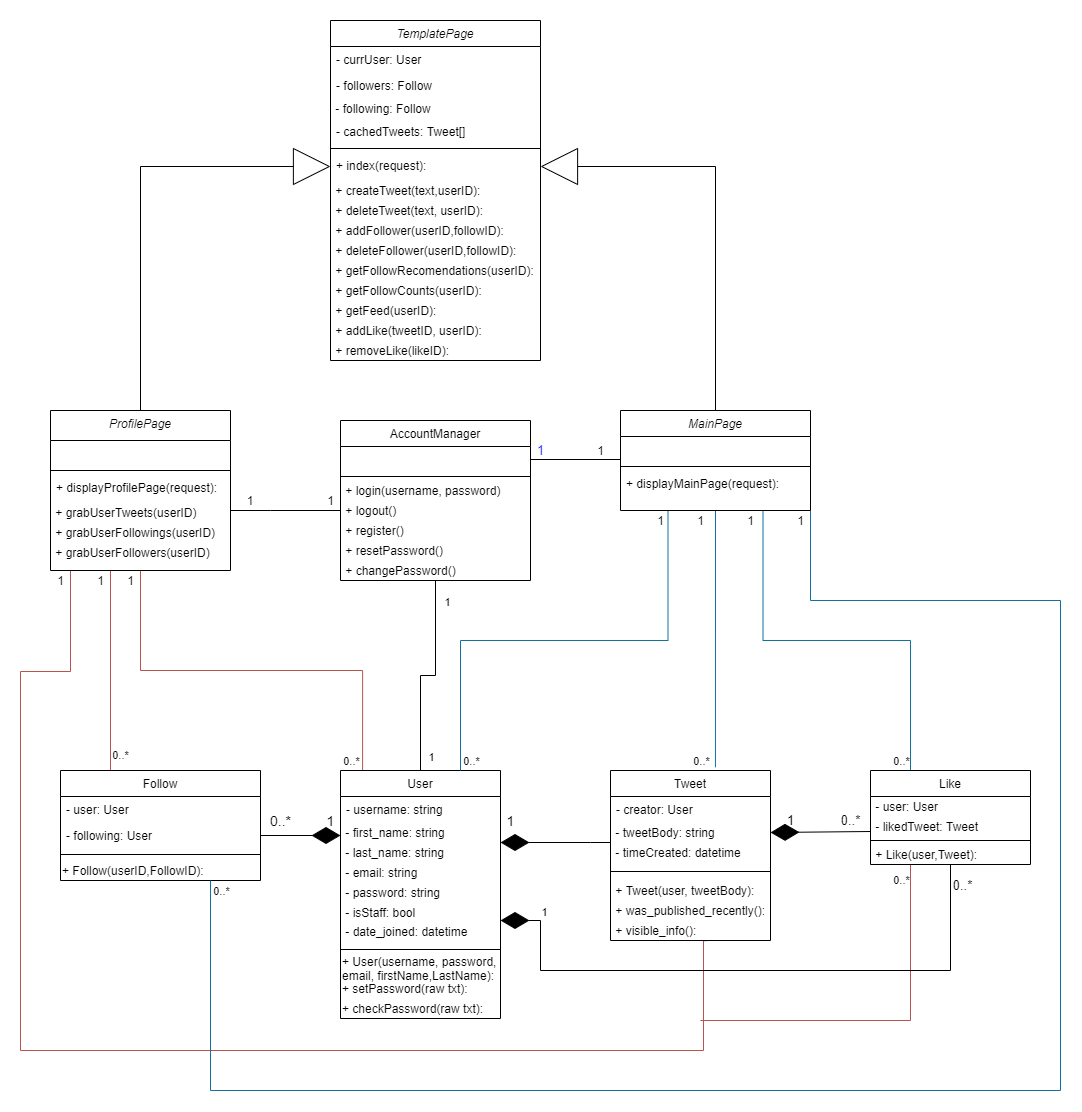
Before: images/ClassDiagram-corefeatures.png, a diagram exported from draw.io (Intro-to-SE-Spring-21/Group-8). Source tidied: cells renumbered, new cells last; positions are measured from the earlier drawing's top-left corner, leaving out a move shared by most shapes.
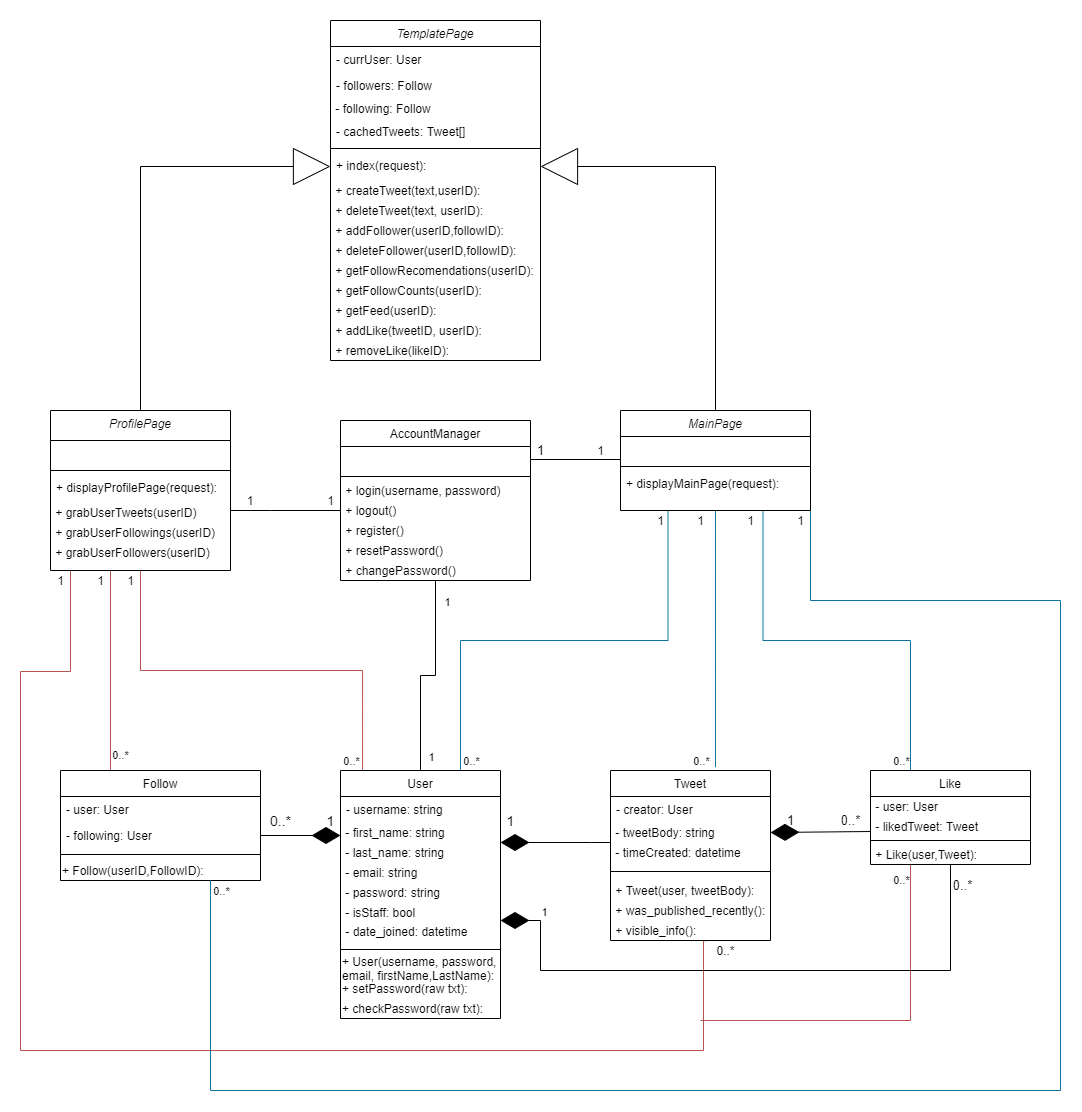
Above is the later version.

The edit, as a diff of the source:
```diff
@@ -341,7 +341,7 @@
     <mxCell id="95" value="0..*" style="text;html=1;align=center;verticalAlign=middle;fontSize=13;" parent="1" vertex="1">
       <mxGeometry x="810" y="790" width="40" height="20" as="geometry" />
     </mxCell>
-    <mxCell id="96" value="1" style="text;html=1;align=center;verticalAlign=middle;fontSize=13;fontColor=#3333FF;" parent="1" vertex="1">
+    <mxCell id="96" value="1" style="text;html=1;align=center;verticalAlign=middle;fontSize=13;" parent="1" vertex="1">
       <mxGeometry x="510" y="420" width="20" height="20" as="geometry" />
     </mxCell>
     <mxCell id="97" style="edgeStyle=orthogonalEdgeStyle;rounded=0;jettySize=auto;html=1;exitX=0;exitY=0;exitDx=0;exitDy=0;startArrow=none;startFill=0;endArrow=diamondThin;endFill=1;endSize=26;fontSize=13;fontColor=#3333FF;" parent="1" edge="1" source="34">
@@ -394,5 +394,8 @@
     <mxCell id="110" value="0..*" style="edgeLabel;html=1;align=center;verticalAlign=middle;" parent="1" vertex="1">
       <mxGeometry x="880" y="740" as="geometry" />
     </mxCell>
+    <mxCell id="111" value="0..*" style="text;html=1;align=center;verticalAlign=middle;fontColor=#000000;" parent="1" vertex="1">
+      <mxGeometry x="690" y="920" width="30" height="20" as="geometry" />
+    </mxCell>
   </root>
 </mxGraphModel>
```
